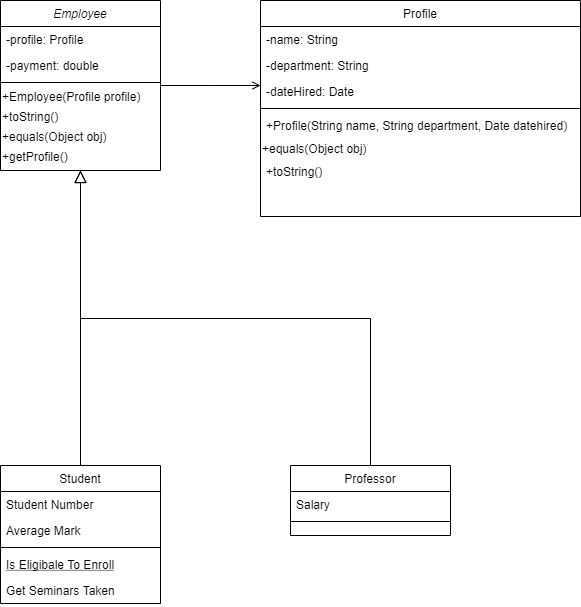
Before: Project2ClassDiagram.png, a diagram exported from draw.io (DavidTaeHa/Payroll-Processing). Source tidied: cells renumbered, new cells last; positions are measured from the earlier drawing's top-left corner, leaving out a move shared by most shapes.
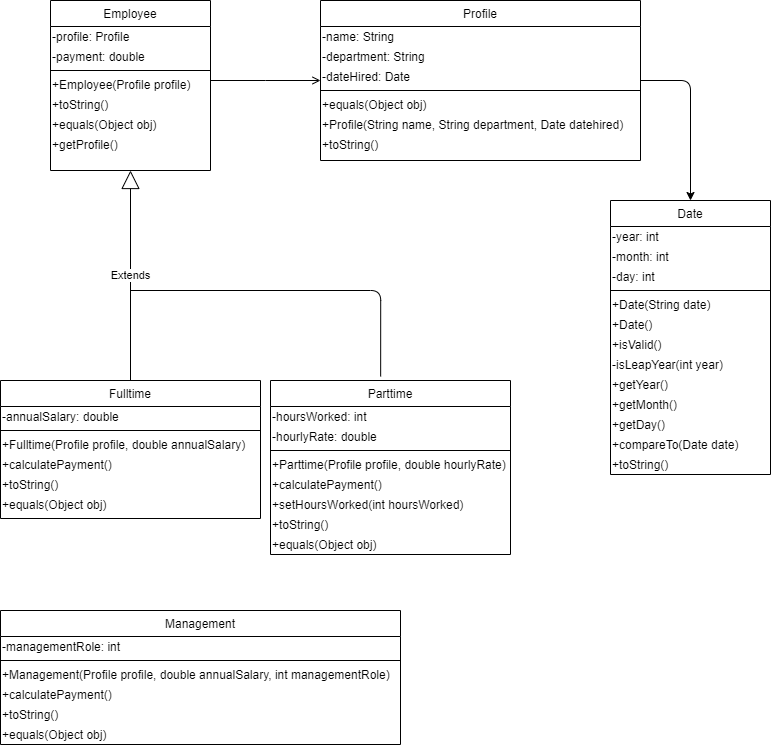
Later version of the same file.

What changed in the source:
```diff
@@ -2,91 +2,189 @@
   <root>
     <mxCell id="0" />
     <mxCell id="1" parent="0" />
-    <mxCell id="2" value="Employee" style="swimlane;fontStyle=2;align=center;verticalAlign=top;horizontal=1;startSize=26;rounded=0;shadow=0;strokeWidth=1;" parent="1" vertex="1">
-      <mxGeometry width="160" height="170" as="geometry" />
+    <mxCell id="2" value="Employee" style="swimlane;fontStyle=0;align=center;verticalAlign=top;horizontal=1;startSize=26;rounded=0;shadow=0;strokeWidth=1;" parent="1" vertex="1">
+      <mxGeometry x="-10" width="160" height="170" as="geometry" />
     </mxCell>
-    <mxCell id="3" value="-profile: Profile" style="text;align=left;verticalAlign=top;spacingLeft=4;spacingRight=4;overflow=hidden;" parent="2" vertex="1">
-      <mxGeometry y="26" width="160" height="26" as="geometry" />
+    <mxCell id="3" value="&lt;span&gt;-profile: Profile&lt;/span&gt;" style="text;html=1;align=left;verticalAlign=middle;" parent="2" vertex="1">
+      <mxGeometry y="26" width="160" height="20" as="geometry" />
     </mxCell>
-    <mxCell id="4" value="-payment: double" style="text;align=left;verticalAlign=top;spacingLeft=4;spacingRight=4;overflow=hidden;rounded=0;shadow=0;html=0;" parent="2" vertex="1">
-      <mxGeometry y="52" width="160" height="26" as="geometry" />
+    <mxCell id="4" value="&lt;span&gt;-payment: double&lt;/span&gt;" style="text;html=1;align=left;verticalAlign=middle;" parent="2" vertex="1">
+      <mxGeometry y="46" width="160" height="20" as="geometry" />
     </mxCell>
     <mxCell id="5" style="line;html=1;strokeWidth=1;align=left;verticalAlign=middle;spacingTop=-1;spacingLeft=3;spacingRight=3;labelPosition=right;" parent="2" vertex="1">
-      <mxGeometry y="78" width="160" height="8" as="geometry" />
+      <mxGeometry y="66" width="160" height="8" as="geometry" />
     </mxCell>
     <mxCell id="6" value="+Employee(Profile profile)" style="text;html=1;align=left;verticalAlign=middle;" parent="2" vertex="1">
-      <mxGeometry y="86" width="160" height="20" as="geometry" />
+      <mxGeometry y="74" width="160" height="20" as="geometry" />
     </mxCell>
     <mxCell id="7" value="+toString()" style="text;html=1;align=left;verticalAlign=middle;" parent="2" vertex="1">
-      <mxGeometry y="106" width="160" height="20" as="geometry" />
+      <mxGeometry y="94" width="160" height="20" as="geometry" />
     </mxCell>
     <mxCell id="8" value="+equals(Object obj)" style="text;html=1;align=left;verticalAlign=middle;" parent="2" vertex="1">
-      <mxGeometry y="126" width="160" height="20" as="geometry" />
+      <mxGeometry y="114" width="160" height="20" as="geometry" />
     </mxCell>
     <mxCell id="9" value="+getProfile()" style="text;html=1;align=left;verticalAlign=middle;" parent="2" vertex="1">
-      <mxGeometry y="146" width="160" height="20" as="geometry" />
+      <mxGeometry y="134" width="160" height="20" as="geometry" />
     </mxCell>
-    <mxCell id="10" value="Student" style="swimlane;fontStyle=0;align=center;verticalAlign=top;horizontal=1;startSize=26;rounded=0;shadow=0;strokeWidth=1;" parent="1" vertex="1">
-      <mxGeometry y="465" width="160" height="138" as="geometry" />
+    <mxCell id="10" value="Fulltime" style="swimlane;fontStyle=0;align=center;verticalAlign=top;horizontal=1;startSize=26;rounded=0;shadow=0;strokeWidth=1;" parent="1" vertex="1">
+      <mxGeometry x="-60" y="380" width="260" height="138" as="geometry" />
     </mxCell>
-    <mxCell id="11" value="Student Number" style="text;align=left;verticalAlign=top;spacingLeft=4;spacingRight=4;overflow=hidden;" parent="10" vertex="1">
-      <mxGeometry y="26" width="160" height="26" as="geometry" />
-    </mxCell>
-    <mxCell id="12" value="Average Mark" style="text;align=left;verticalAlign=top;spacingLeft=4;spacingRight=4;overflow=hidden;rounded=0;shadow=0;html=0;" parent="10" vertex="1">
-      <mxGeometry y="52" width="160" height="26" as="geometry" />
-    </mxCell>
+    <mxCell id="30" value="-annualSalary: double" style="text;html=1;align=left;verticalAlign=middle;" parent="10" vertex="1">
+      <mxGeometry y="26" width="260" height="20" as="geometry" />
+    </mxCell>
     <mxCell id="13" style="line;html=1;strokeWidth=1;align=left;verticalAlign=middle;spacingTop=-1;spacingLeft=3;spacingRight=3;labelPosition=right;" parent="10" vertex="1">
-      <mxGeometry y="78" width="160" height="8" as="geometry" />
+      <mxGeometry y="46" width="260" height="8" as="geometry" />
     </mxCell>
-    <mxCell id="14" value="Is Eligibale To Enroll" style="text;align=left;verticalAlign=top;spacingLeft=4;spacingRight=4;overflow=hidden;fontStyle=4;" parent="10" vertex="1">
-      <mxGeometry y="86" width="160" height="26" as="geometry" />
-    </mxCell>
-    <mxCell id="15" value="Get Seminars Taken" style="text;align=left;verticalAlign=top;spacingLeft=4;spacingRight=4;overflow=hidden;" parent="10" vertex="1">
-      <mxGeometry y="112" width="160" height="26" as="geometry" />
-    </mxCell>
-    <mxCell id="16" style="endArrow=block;endSize=10;endFill=0;shadow=0;strokeWidth=1;rounded=0;edgeStyle=elbowEdgeStyle;elbow=vertical;" parent="1" edge="1" source="10" target="2">
-      <mxGeometry relative="1" as="geometry" />
-    </mxCell>
+    <mxCell id="31" value="+Fulltime(Profile profile, double annualSalary)" style="text;html=1;align=left;verticalAlign=middle;" parent="10" vertex="1">
+      <mxGeometry y="54" width="260" height="20" as="geometry" />
+    </mxCell>
+    <mxCell id="32" value="+calculatePayment()" style="text;html=1;align=left;verticalAlign=middle;" parent="10" vertex="1">
+      <mxGeometry y="74" width="260" height="20" as="geometry" />
+    </mxCell>
+    <mxCell id="33" value="+toString()" style="text;html=1;align=left;verticalAlign=middle;" parent="10" vertex="1">
+      <mxGeometry y="94" width="260" height="20" as="geometry" />
+    </mxCell>
+    <mxCell id="34" value="+equals(Object obj)" style="text;html=1;align=left;verticalAlign=middle;" parent="10" vertex="1">
+      <mxGeometry y="114" width="260" height="20" as="geometry" />
+    </mxCell>
-    <mxCell id="17" value="Professor" style="swimlane;fontStyle=0;align=center;verticalAlign=top;horizontal=1;startSize=26;rounded=0;shadow=0;strokeWidth=1;" parent="1" vertex="1">
-      <mxGeometry x="290" y="465" width="160" height="70" as="geometry" />
+    <mxCell id="17" value="Parttime" style="swimlane;fontStyle=0;align=center;verticalAlign=top;horizontal=1;startSize=26;rounded=0;shadow=0;strokeWidth=1;" parent="1" vertex="1">
+      <mxGeometry x="210" y="380" width="240" height="174" as="geometry" />
     </mxCell>
-    <mxCell id="18" value="Salary" style="text;align=left;verticalAlign=top;spacingLeft=4;spacingRight=4;overflow=hidden;" parent="17" vertex="1">
-      <mxGeometry y="26" width="160" height="26" as="geometry" />
-    </mxCell>
+    <mxCell id="35" value="-hoursWorked: int" style="text;html=1;align=left;verticalAlign=middle;" parent="17" vertex="1">
+      <mxGeometry y="26" width="240" height="20" as="geometry" />
+    </mxCell>
+    <mxCell id="36" value="-hourlyRate: double" style="text;html=1;align=left;verticalAlign=middle;" parent="17" vertex="1">
+      <mxGeometry y="46" width="240" height="20" as="geometry" />
+    </mxCell>
     <mxCell id="19" style="line;html=1;strokeWidth=1;align=left;verticalAlign=middle;spacingTop=-1;spacingLeft=3;spacingRight=3;labelPosition=right;" parent="17" vertex="1">
-      <mxGeometry y="52" width="160" height="8" as="geometry" />
+      <mxGeometry y="66" width="240" height="8" as="geometry" />
     </mxCell>
-    <mxCell id="20" style="endArrow=block;endSize=10;endFill=0;shadow=0;strokeWidth=1;rounded=0;edgeStyle=elbowEdgeStyle;elbow=vertical;" parent="1" edge="1" source="17" target="2">
-      <mxGeometry relative="1" as="geometry" />
-    </mxCell>
+    <mxCell id="37" value="+Parttime(Profile profile, double hourlyRate)" style="text;html=1;align=left;verticalAlign=middle;" parent="17" vertex="1">
+      <mxGeometry y="74" width="240" height="20" as="geometry" />
+    </mxCell>
+    <mxCell id="38" value="+calculatePayment()" style="text;html=1;align=left;verticalAlign=middle;" parent="17" vertex="1">
+      <mxGeometry y="94" width="240" height="20" as="geometry" />
+    </mxCell>
+    <mxCell id="39" value="+setHoursWorked(int hoursWorked)" style="text;html=1;align=left;verticalAlign=middle;" parent="17" vertex="1">
+      <mxGeometry y="114" width="240" height="20" as="geometry" />
+    </mxCell>
+    <mxCell id="40" value="+toString()" style="text;html=1;align=left;verticalAlign=middle;" parent="17" vertex="1">
+      <mxGeometry y="134" width="240" height="20" as="geometry" />
+    </mxCell>
+    <mxCell id="41" value="+equals(Object obj)" style="text;html=1;align=left;verticalAlign=middle;" parent="17" vertex="1">
+      <mxGeometry y="154" width="240" height="20" as="geometry" />
+    </mxCell>
     <mxCell id="21" value="Profile" style="swimlane;fontStyle=0;align=center;verticalAlign=top;horizontal=1;startSize=26;rounded=0;shadow=0;strokeWidth=1;" parent="1" vertex="1">
-      <mxGeometry x="260" width="320" height="216" as="geometry" />
+      <mxGeometry x="260" width="320" height="160" as="geometry" />
     </mxCell>
-    <mxCell id="22" value="-name: String" style="text;align=left;verticalAlign=top;spacingLeft=4;spacingRight=4;overflow=hidden;" parent="21" vertex="1">
-      <mxGeometry y="26" width="320" height="26" as="geometry" />
+    <mxCell id="22" value="&lt;span style=&quot;&quot;&gt;-name: String&lt;/span&gt;" style="text;html=1;align=left;verticalAlign=middle;" parent="21" vertex="1">
+      <mxGeometry y="26" width="320" height="20" as="geometry" />
     </mxCell>
-    <mxCell id="23" value="-department: String" style="text;align=left;verticalAlign=top;spacingLeft=4;spacingRight=4;overflow=hidden;rounded=0;shadow=0;html=0;" parent="21" vertex="1">
-      <mxGeometry y="52" width="320" height="26" as="geometry" />
+    <mxCell id="23" value="&lt;span style=&quot;&quot;&gt;-department: String&lt;/span&gt;" style="text;html=1;align=left;verticalAlign=middle;" parent="21" vertex="1">
+      <mxGeometry y="46" width="320" height="20" as="geometry" />
     </mxCell>
-    <mxCell id="24" value="-dateHired: Date" style="text;align=left;verticalAlign=top;spacingLeft=4;spacingRight=4;overflow=hidden;rounded=0;shadow=0;html=0;" parent="21" vertex="1">
-      <mxGeometry y="78" width="320" height="26" as="geometry" />
+    <mxCell id="24" value="&lt;span style=&quot;&quot;&gt;-dateHired: Date&lt;/span&gt;" style="text;html=1;align=left;verticalAlign=middle;" parent="21" vertex="1">
+      <mxGeometry y="66" width="320" height="20" as="geometry" />
     </mxCell>
     <mxCell id="25" style="line;html=1;strokeWidth=1;align=left;verticalAlign=middle;spacingTop=-1;spacingLeft=3;spacingRight=3;labelPosition=right;" parent="21" vertex="1">
-      <mxGeometry y="104" width="320" height="8" as="geometry" />
+      <mxGeometry y="86" width="320" height="8" as="geometry" />
     </mxCell>
+    <mxCell id="27" value="+equals(Object obj)" style="text;html=1;align=left;verticalAlign=middle;" parent="21" vertex="1">
+      <mxGeometry y="94" width="320" height="20" as="geometry" />
+    </mxCell>
-    <mxCell id="26" value="+Profile(String name, String department, Date datehired)" style="text;align=left;verticalAlign=middle;spacingLeft=4;spacingRight=4;overflow=hidden;" parent="21" vertex="1">
-      <mxGeometry y="112" width="320" height="26" as="geometry" />
+    <mxCell id="26" value="&lt;span style=&quot;&quot;&gt;+Profile(String name, String department, Date datehired)&lt;/span&gt;" style="text;html=1;align=left;verticalAlign=middle;" parent="21" vertex="1">
+      <mxGeometry y="114" width="320" height="20" as="geometry" />
     </mxCell>
-    <mxCell id="27" value="+equals(Object obj)" style="text;html=1;align=left;verticalAlign=middle;" parent="21" vertex="1">
-      <mxGeometry y="138" width="320" height="20" as="geometry" />
-    </mxCell>
-    <mxCell id="28" value="+toString()" style="text;align=left;verticalAlign=middle;spacingLeft=4;spacingRight=4;overflow=hidden;" parent="21" vertex="1">
-      <mxGeometry y="158" width="320" height="26" as="geometry" />
-    </mxCell>
+    <mxCell id="42" value="&lt;span style=&quot;&quot;&gt;+toString()&lt;/span&gt;" style="text;html=1;align=left;verticalAlign=middle;" parent="21" vertex="1">
+      <mxGeometry y="134" width="320" height="20" as="geometry" />
+    </mxCell>
     <mxCell id="29" style="endArrow=open;shadow=0;strokeWidth=1;rounded=0;endFill=1;edgeStyle=elbowEdgeStyle;elbow=vertical;" parent="1" edge="1" source="2" target="21">
       <mxGeometry x="0.5" y="41" relative="1" as="geometry">
         <mxPoint x="-40" y="32" as="offset" />
       </mxGeometry>
     </mxCell>
+    <mxCell id="43" value="Date" style="swimlane;fontStyle=0;align=center;verticalAlign=top;horizontal=1;startSize=26;html=0;" parent="1" vertex="1">
+      <mxGeometry x="550" y="200" width="160" height="274" as="geometry" />
+    </mxCell>
+    <mxCell id="44" value="-year: int" style="text;html=1;align=left;verticalAlign=middle;" parent="43" vertex="1">
+      <mxGeometry y="26" width="160" height="20" as="geometry" />
+    </mxCell>
+    <mxCell id="45" value="-month: int" style="text;html=1;align=left;verticalAlign=middle;" parent="43" vertex="1">
+      <mxGeometry y="46" width="160" height="20" as="geometry" />
+    </mxCell>
+    <mxCell id="46" value="-day: int" style="text;html=1;align=left;verticalAlign=middle;" parent="43" vertex="1">
+      <mxGeometry y="66" width="160" height="20" as="geometry" />
+    </mxCell>
+    <mxCell id="47" style="line;strokeWidth=1;fillColor=none;align=left;verticalAlign=middle;spacingTop=-1;spacingLeft=3;spacingRight=3;labelPosition=right;" parent="43" vertex="1">
+      <mxGeometry y="86" width="160" height="8" as="geometry" />
+    </mxCell>
+    <mxCell id="48" value="+Date(String date)" style="text;html=1;align=left;verticalAlign=middle;" parent="43" vertex="1">
+      <mxGeometry y="94" width="160" height="20" as="geometry" />
+    </mxCell>
+    <mxCell id="49" value="+Date()" style="text;html=1;align=left;verticalAlign=middle;" parent="43" vertex="1">
+      <mxGeometry y="114" width="160" height="20" as="geometry" />
+    </mxCell>
+    <mxCell id="50" value="+isValid()" style="text;html=1;align=left;verticalAlign=middle;" parent="43" vertex="1">
+      <mxGeometry y="134" width="160" height="20" as="geometry" />
+    </mxCell>
+    <mxCell id="51" value="-isLeapYear(int year)" style="text;html=1;align=left;verticalAlign=middle;" parent="43" vertex="1">
+      <mxGeometry y="154" width="160" height="20" as="geometry" />
+    </mxCell>
+    <mxCell id="52" value="+getYear()" style="text;html=1;align=left;verticalAlign=middle;" parent="43" vertex="1">
+      <mxGeometry y="174" width="160" height="20" as="geometry" />
+    </mxCell>
+    <mxCell id="53" value="+getMonth()" style="text;html=1;align=left;verticalAlign=middle;" parent="43" vertex="1">
+      <mxGeometry y="194" width="160" height="20" as="geometry" />
+    </mxCell>
+    <mxCell id="54" value="+getDay()" style="text;html=1;align=left;verticalAlign=middle;" parent="43" vertex="1">
+      <mxGeometry y="214" width="160" height="20" as="geometry" />
+    </mxCell>
+    <mxCell id="55" value="+compareTo(Date date)" style="text;html=1;align=left;verticalAlign=middle;" parent="43" vertex="1">
+      <mxGeometry y="234" width="160" height="20" as="geometry" />
+    </mxCell>
+    <mxCell id="56" value="+toString()" style="text;html=1;align=left;verticalAlign=middle;" parent="43" vertex="1">
+      <mxGeometry y="254" width="160" height="20" as="geometry" />
+    </mxCell>
+    <mxCell id="57" value="Management" style="swimlane;fontStyle=0;align=center;verticalAlign=top;horizontal=1;startSize=26;html=0;" parent="1" vertex="1">
+      <mxGeometry x="-60" y="610" width="400" height="134" as="geometry" />
+    </mxCell>
+    <mxCell id="58" value="-managementRole: int" style="text;html=1;align=left;verticalAlign=middle;" parent="57" vertex="1">
+      <mxGeometry y="26" width="400" height="20" as="geometry" />
+    </mxCell>
+    <mxCell id="59" style="line;strokeWidth=1;fillColor=none;align=left;verticalAlign=middle;spacingTop=-1;spacingLeft=3;spacingRight=3;labelPosition=right;" parent="57" vertex="1">
+      <mxGeometry y="46" width="400" height="8" as="geometry" />
+    </mxCell>
+    <mxCell id="60" value="+Management(Profile profile, double annualSalary, int managementRole)" style="text;html=1;align=left;verticalAlign=middle;" parent="57" vertex="1">
+      <mxGeometry y="54" width="400" height="20" as="geometry" />
+    </mxCell>
+    <mxCell id="61" value="+calculatePayment()" style="text;html=1;align=left;verticalAlign=middle;" parent="57" vertex="1">
+      <mxGeometry y="74" width="400" height="20" as="geometry" />
+    </mxCell>
+    <mxCell id="62" value="+toString()" style="text;html=1;align=left;verticalAlign=middle;" parent="57" vertex="1">
+      <mxGeometry y="94" width="400" height="20" as="geometry" />
+    </mxCell>
+    <mxCell id="63" value="+equals(Object obj)" style="text;html=1;align=left;verticalAlign=middle;" parent="57" vertex="1">
+      <mxGeometry y="114" width="400" height="20" as="geometry" />
+    </mxCell>
+    <mxCell id="64" style="edgeStyle=segmentEdgeStyle;endArrow=classic;html=1;" parent="1" edge="1">
+      <mxGeometry relative="1" as="geometry">
+        <mxPoint x="580" y="80" as="sourcePoint" />
+        <mxPoint x="630" y="200" as="targetPoint" />
+        <Array as="points">
+          <mxPoint x="630" y="80" />
+        </Array>
+      </mxGeometry>
+    </mxCell>
+    <mxCell id="16" value="Extends" style="endArrow=block;endSize=16;endFill=0;html=1;entryX=0.5;entryY=1;entryDx=0;entryDy=0;exitX=0.5;exitY=0;exitDx=0;exitDy=0;" parent="1" edge="1" source="10" target="2">
+      <mxGeometry relative="1" as="geometry" />
+    </mxCell>
+    <mxCell id="65" style="edgeStyle=segmentEdgeStyle;endArrow=none;html=1;exitX=0.459;exitY=-0.023;exitDx=0;exitDy=0;exitPerimeter=0;endFill=0;" parent="1" edge="1" source="17">
+      <mxGeometry relative="1" as="geometry">
+        <mxPoint x="70" y="290" as="targetPoint" />
+        <Array as="points">
+          <mxPoint x="320" y="290" />
+        </Array>
+      </mxGeometry>
+    </mxCell>
   </root>
 </mxGraphModel>
```
